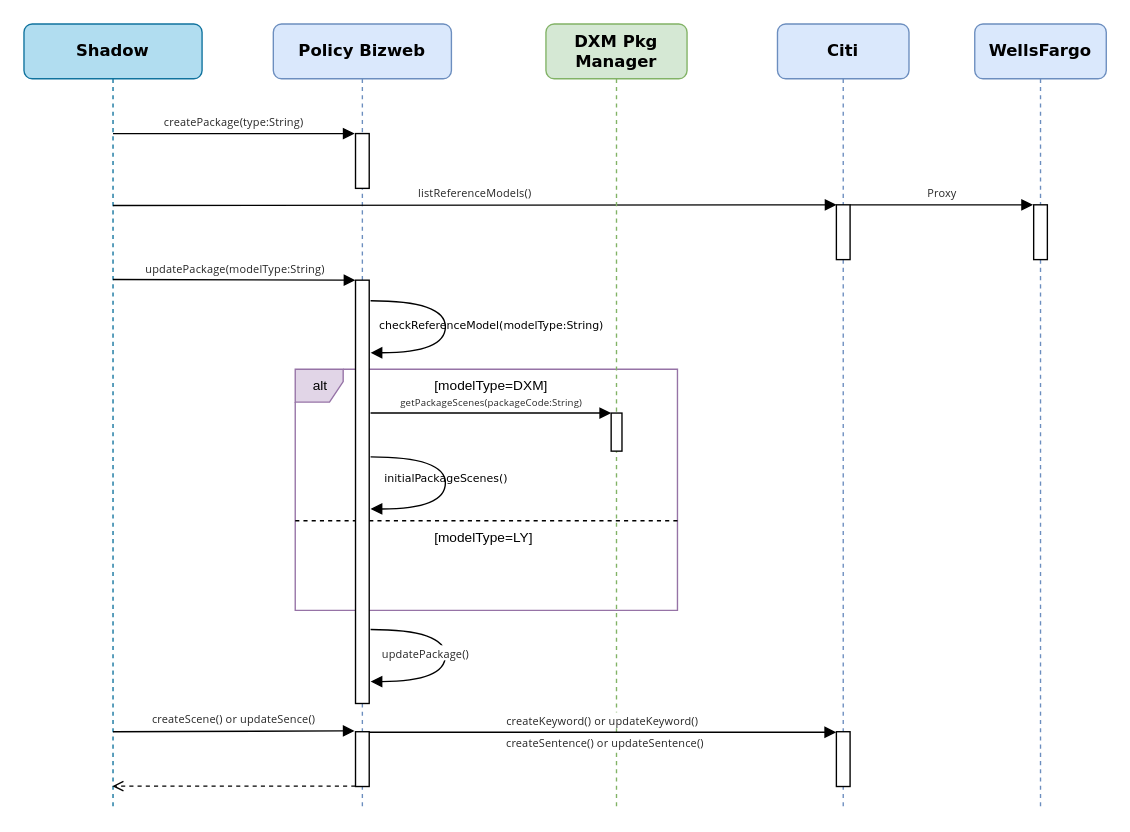
This is leyan/dxm/Sequence Diagram 2.drawio from GeekKwok/UML, a draw.io file, before an edit. Source tidied: cells renumbered, new cells numbered last; positions are measured from the earlier drawing's top-left corner, leaving out a move shared by most shapes. Both pictures are drawn from the tidied source at 137%, with x=0, y=0 at pixel (23, 23).
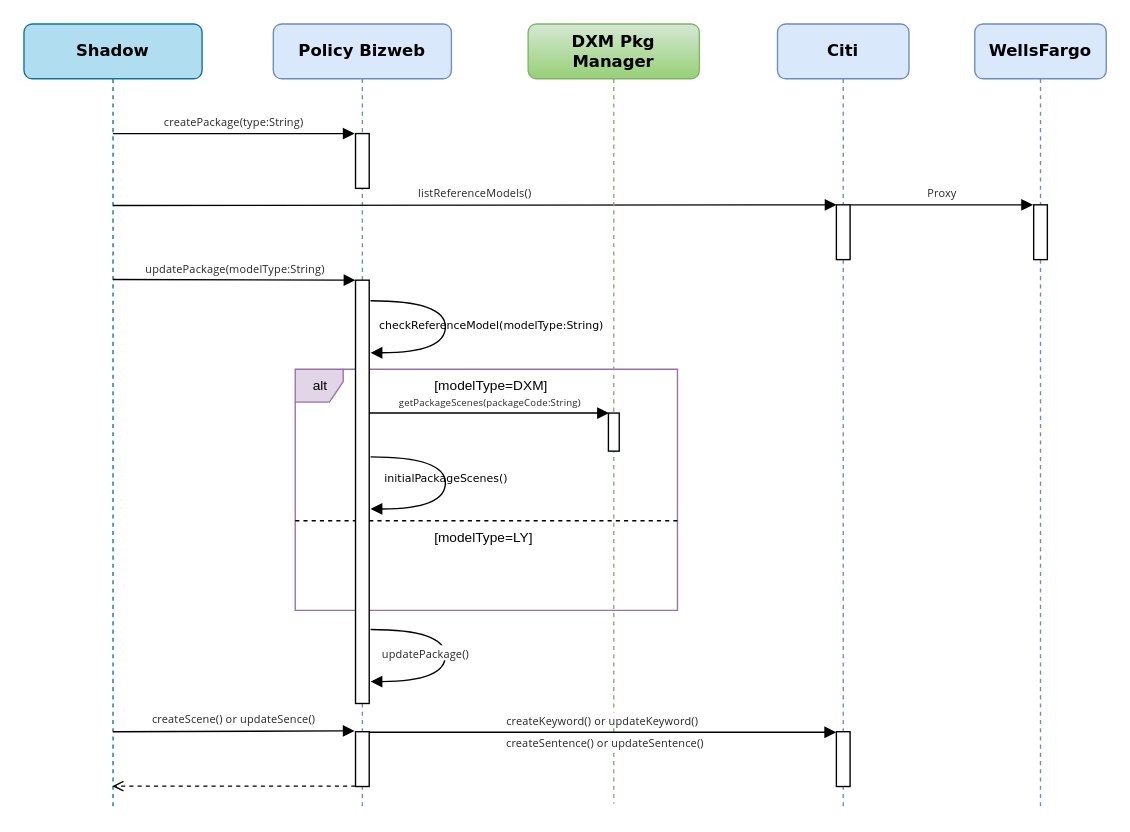
The same page after the edit.

The change refers to these unchanged cells:
```xml
<mxCell id="2" value="&lt;font style=&quot;font-size: 10px&quot;&gt;alt&lt;/font&gt;" style="shape=umlFrame;tabWidth=110;tabHeight=30;tabPosition=left;html=1;boundedLbl=1;labelInHeader=1;width=35;height=24;fillColor=#e1d5e7;strokeColor=#9673a6;" parent="1" vertex="1">
  <mxGeometry x="198" y="252" width="279" height="176" as="geometry" />
</mxCell>
```

The edit, as a diff of the source:
```diff
@@
-    <mxCell id="6" value="&lt;font color=&quot;#262626&quot; face=&quot;chinese quote, segoe ui, roboto, pingfang sc, hiragino sans gb, microsoft yahei, helvetica neue, helvetica, arial, sans-serif, apple color emoji&quot; size=&quot;1&quot;&gt;&lt;span style=&quot;letter-spacing: 0.12px ; background-color: rgb(255 , 255 , 255) ; font-size: 7px&quot;&gt;getPackageScenes(packageCode:String)&lt;/span&gt;&lt;/font&gt;" style="html=1;verticalAlign=bottom;endArrow=block;labelBackgroundColor=none;fontFamily=Verdana;fontSize=12;edgeStyle=elbowEdgeStyle;elbow=vertical;entryX=-0.002;entryY=-0.003;entryDx=0;entryDy=0;entryPerimeter=0;" parent="2" edge="1" target="25">
-      <mxGeometry relative="1" as="geometry">
-        <mxPoint x="55" y="32" as="sourcePoint" />
-      </mxGeometry>
-    </mxCell>
@@
-    <mxCell id="24" value="&lt;b&gt;DXM Pkg Manager&lt;br&gt;&lt;/b&gt;" style="shape=umlLifeline;perimeter=lifelinePerimeter;whiteSpace=wrap;html=1;rounded=1;shadow=0;comic=0;labelBackgroundColor=none;strokeWidth=1;fontFamily=Verdana;fontSize=12;align=center;fillColor=#d5e8d4;strokeColor=#82b366;" parent="1" vertex="1">
-      <mxGeometry x="381" width="103" height="572" as="geometry" />
+    <mxCell id="24" value="&lt;b&gt;DXM Pkg Manager&lt;br&gt;&lt;/b&gt;" style="shape=umlLifeline;perimeter=lifelinePerimeter;whiteSpace=wrap;html=1;rounded=1;shadow=0;comic=0;labelBackgroundColor=none;strokeWidth=1;fontFamily=Verdana;fontSize=12;align=center;fillColor=#d5e8d4;strokeColor=#82b366;gradientColor=#97d077;" parent="1" vertex="1">
+      <mxGeometry x="368" width="125" height="569" as="geometry" />
     </mxCell>
     <mxCell id="25" style="html=1;points=[];perimeter=orthogonalPerimeter;rounded=0;shadow=0;comic=0;labelBackgroundColor=none;strokeWidth=1;fontFamily=Verdana;fontSize=12;align=center;" parent="24" vertex="1">
-      <mxGeometry x="47.6" y="284" width="7.9" height="27.8" as="geometry" />
+      <mxGeometry x="58.6" y="284" width="7.9" height="27.8" as="geometry" />
     </mxCell>
@@
+    <mxCell id="6" value="&lt;font color=&quot;#262626&quot; face=&quot;chinese quote, segoe ui, roboto, pingfang sc, hiragino sans gb, microsoft yahei, helvetica neue, helvetica, arial, sans-serif, apple color emoji&quot; size=&quot;1&quot;&gt;&lt;span style=&quot;letter-spacing: 0.12px ; background-color: rgb(255 , 255 , 255) ; font-size: 7px&quot;&gt;getPackageScenes(packageCode:String)&lt;/span&gt;&lt;/font&gt;" style="html=1;verticalAlign=bottom;endArrow=block;labelBackgroundColor=none;fontFamily=Verdana;fontSize=12;edgeStyle=elbowEdgeStyle;elbow=vertical;" parent="1" edge="1">
+      <mxGeometry relative="1" as="geometry">
+        <mxPoint x="252" y="284" as="sourcePoint" />
+        <mxPoint x="427" y="284" as="targetPoint" />
+        <Array as="points">
+          <mxPoint x="423" y="284" />
+          <mxPoint x="427" y="286" />
+        </Array>
+      </mxGeometry>
+    </mxCell>
```
